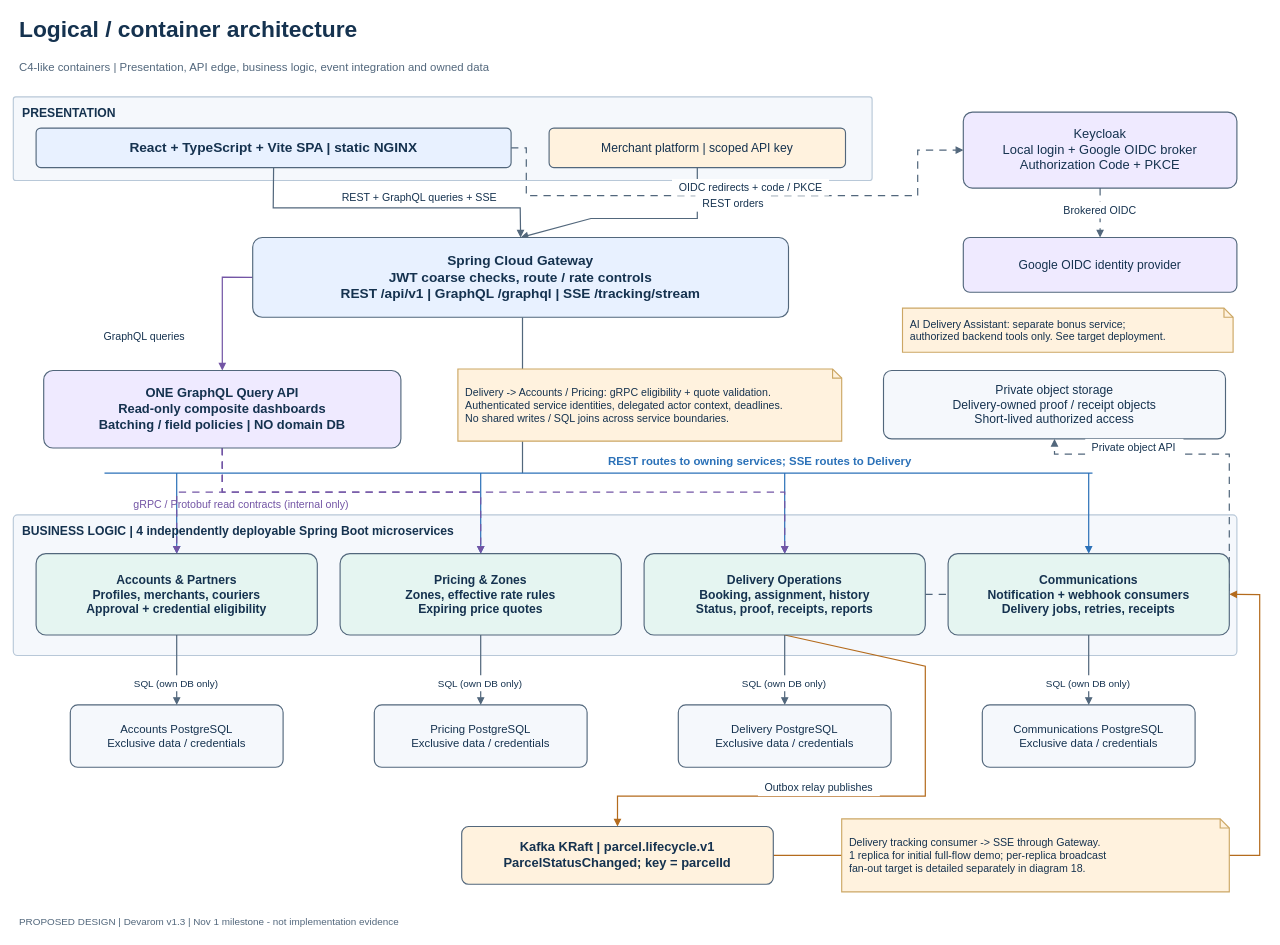
This is docs/diagrams/editable/06_logical_architecture.drawio from Suthankan1/swiftdrop, a draw.io file, before an edit. Source tidied: cells renumbered, new cells numbered last; positions are measured from the earlier drawing's top-left corner, leaving out a move shared by most shapes. Both pictures are drawn from the tidied source at 76%, with x=0, y=0 at pixel (13, 13).
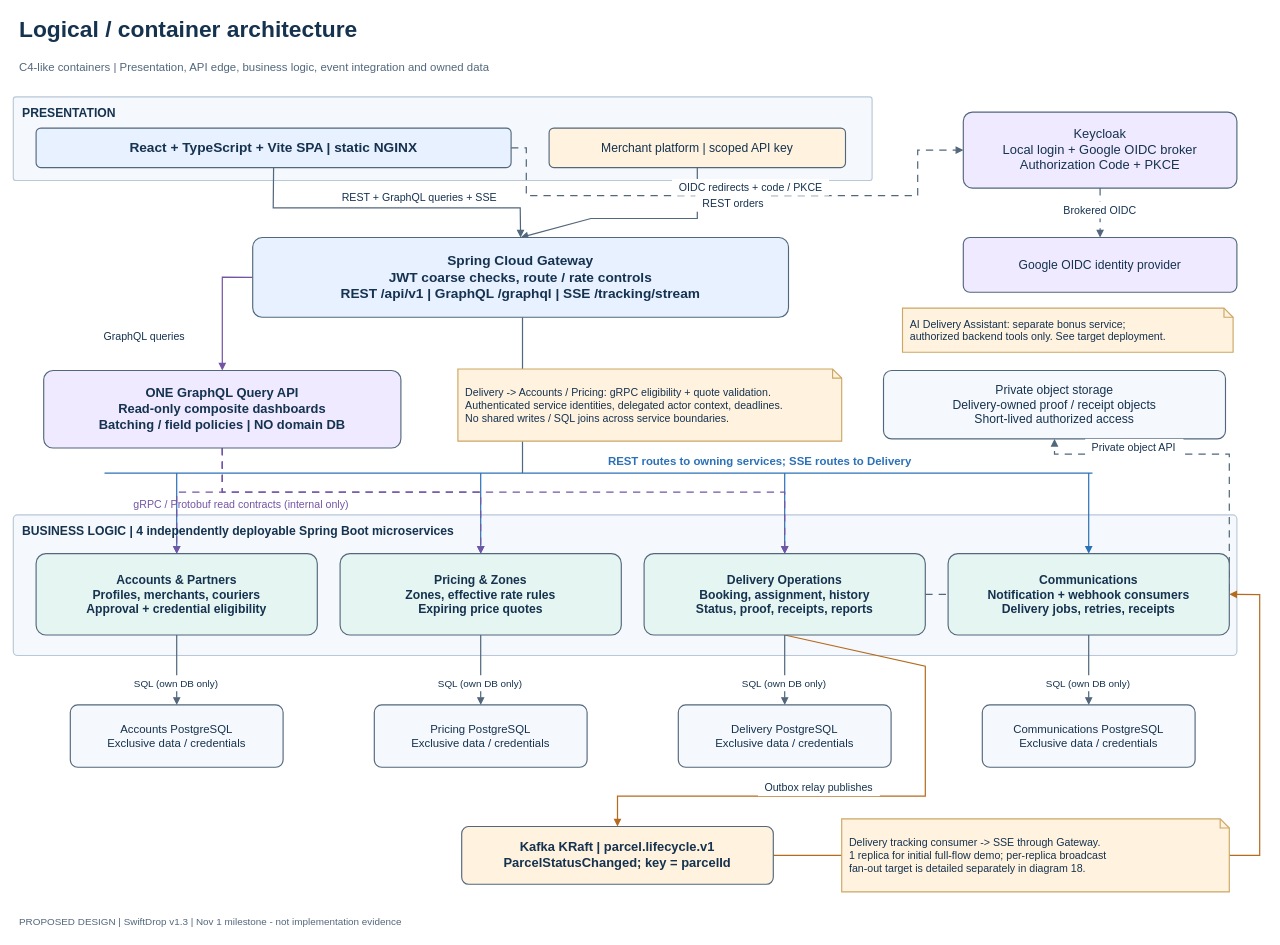
After the change.

The edit, as a diff of the source:
```diff
@@
-    <mxCell id="27" value="PROPOSED DESIGN | Devarom v1.3 | Nov 1 milestone - not implementation evidence" style="text;html=0;whiteSpace=wrap;align=left;verticalAlign=middle;fontFamily=Helvetica;fontSize=13;fontColor=#52677C;fontStyle=0;fillColor=#FFFFFF;strokeColor=#52677C;strokeWidth=1.5;spacing=10;fillColor=none;strokeColor=none;spacing=0;" parent="1" vertex="1">
+    <mxCell id="27" value="PROPOSED DESIGN | SwiftDrop v1.3 | Nov 1 milestone - not implementation evidence" style="text;html=0;whiteSpace=wrap;align=left;verticalAlign=middle;fontFamily=Helvetica;fontSize=13;fontColor=#52677C;fontStyle=0;fillColor=#FFFFFF;strokeColor=#52677C;strokeWidth=1.5;spacing=10;fillColor=none;strokeColor=none;spacing=0;" parent="1" vertex="1">
       <mxGeometry x="8" y="1180" width="1604" height="30" as="geometry" />
     </mxCell>
```
